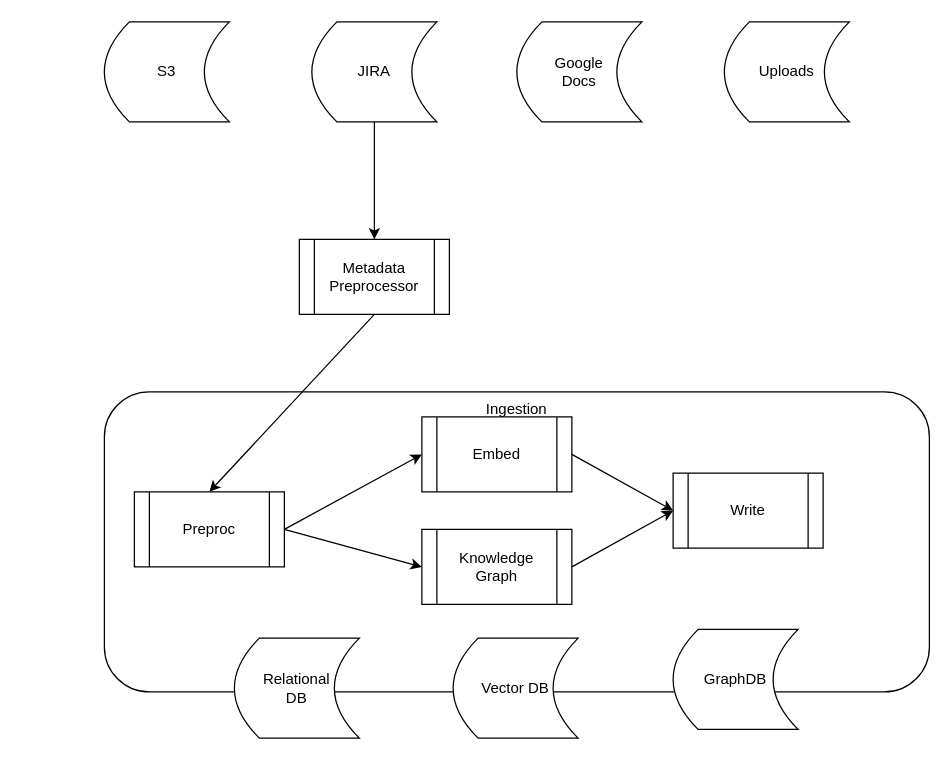
Before: Untitled Diagram.drawio in amanrai/TuliusBackend, a draw.io diagram. Source tidied: cells renumbered, new cells numbered last; positions are measured from the earlier drawing's top-left corner, leaving out a move shared by most shapes. Both pictures are drawn from the tidied source at 125%, with x=0, y=0 at pixel (104, 21).
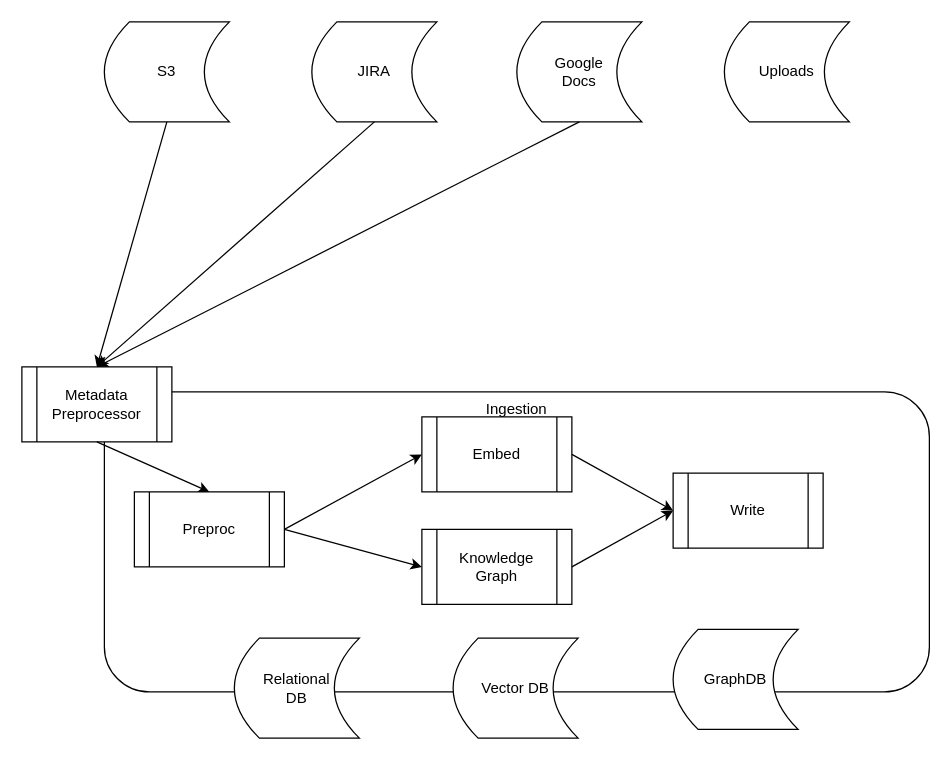
Above is the later version.

Unchanged cells that the change refers to:
```xml
<mxCell id="3" value="S3" style="shape=dataStorage;whiteSpace=wrap;html=1;fixedSize=1;" parent="1" vertex="1">
  <mxGeometry width="100" height="80" as="geometry" />
</mxCell>
<mxCell id="5" value="Google &lt;br&gt;Docs" style="shape=dataStorage;whiteSpace=wrap;html=1;fixedSize=1;" parent="1" vertex="1">
  <mxGeometry x="330" width="100" height="80" as="geometry" />
</mxCell>
```

What changed in the source:
```diff
@@
     <mxCell id="7" value="Metadata Preprocessor" style="shape=process;whiteSpace=wrap;html=1;backgroundOutline=1;" parent="1" vertex="1">
-      <mxGeometry x="156" y="174" width="120" height="60" as="geometry" />
+      <mxGeometry x="-66" y="276" width="120" height="60" as="geometry" />
     </mxCell>
@@
+    <mxCell id="21" style="endArrow=classic;html=1;rounded=0;exitX=0.5;exitY=1;exitDx=0;exitDy=0;entryX=0.5;entryY=0;entryDx=0;entryDy=0;" parent="1" edge="1" source="3" target="7">
+      <mxGeometry relative="1" as="geometry" />
+    </mxCell>
+    <mxCell id="22" style="endArrow=classic;html=1;rounded=0;exitX=0.5;exitY=1;exitDx=0;exitDy=0;entryX=0.5;entryY=0;entryDx=0;entryDy=0;" parent="1" edge="1" source="5" target="7">
+      <mxGeometry relative="1" as="geometry" />
+    </mxCell>
```
